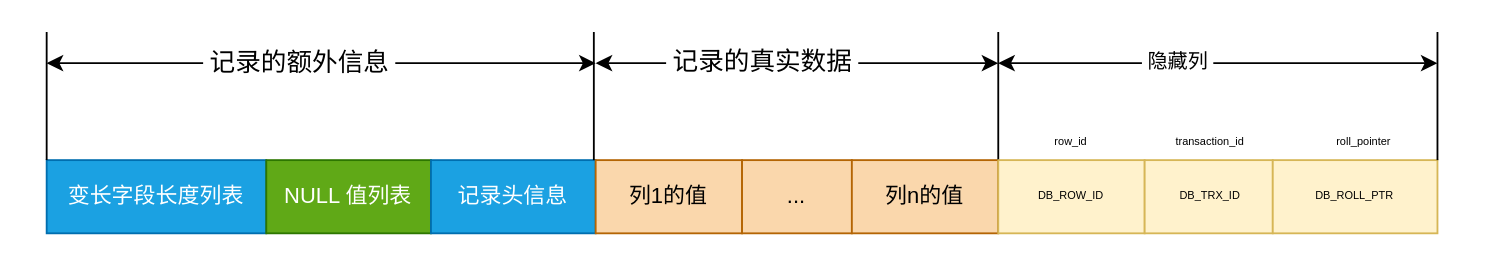
The draw.io diagram page "compact隐藏列" (4 of 5) of mysql/MySQL客户端请求服务端.drawio in josek43326/draw.io, before the edit. Source tidied: cells renumbered, new cells numbered last; positions are measured from the earlier drawing's top-left corner, leaving out a move shared by most shapes. Both pictures are drawn from the tidied source at 183%, with x=0, y=0 at pixel (46, 31).
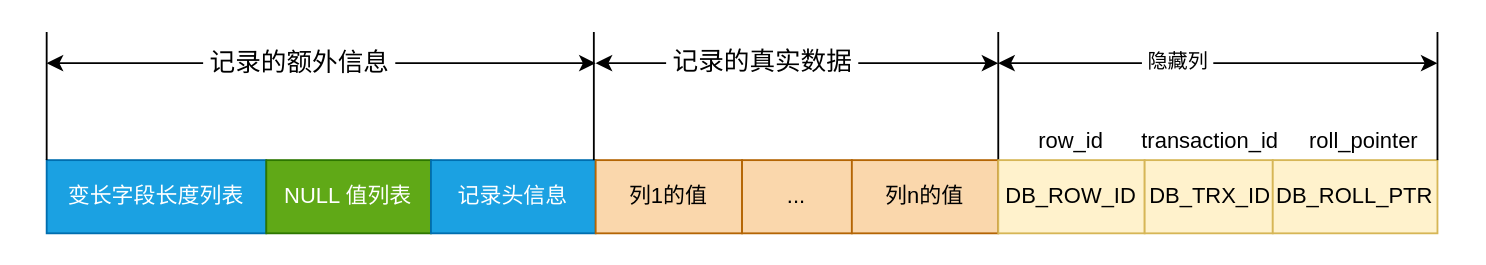
After the change.

What changed in the source:
```diff
@@
-    <mxCell id="21" value="&lt;font style=&quot;font-size: 6px;&quot;&gt;DB_ROW_ID&lt;/font&gt;" style="text;html=1;strokeColor=none;fillColor=none;align=center;verticalAlign=middle;whiteSpace=wrap;rounded=0;fontSize=6;" parent="1" vertex="1">
+    <mxCell id="21" value="&lt;font style=&quot;font-size: 12px;&quot;&gt;DB_ROW_ID&lt;/font&gt;" style="text;html=1;strokeColor=none;fillColor=none;align=center;verticalAlign=middle;whiteSpace=wrap;rounded=0;fontSize=12;" parent="1" vertex="1">
       <mxGeometry x="530" y="75" width="60" height="30" as="geometry" />
     </mxCell>
-    <mxCell id="22" value="DB_TRX_ID" style="text;html=1;strokeColor=none;fillColor=none;align=center;verticalAlign=middle;whiteSpace=wrap;rounded=0;fontSize=6;" parent="1" vertex="1">
+    <mxCell id="22" value="DB_TRX_ID" style="text;html=1;strokeColor=none;fillColor=none;align=center;verticalAlign=middle;whiteSpace=wrap;rounded=0;fontSize=12;" parent="1" vertex="1">
       <mxGeometry x="606" y="75" width="60" height="30" as="geometry" />
     </mxCell>
-    <mxCell id="23" value="DB_ROLL_PTR" style="text;html=1;strokeColor=none;fillColor=none;align=center;verticalAlign=middle;whiteSpace=wrap;rounded=0;fontSize=6;" parent="1" vertex="1">
+    <mxCell id="23" value="DB_ROLL_PTR" style="text;html=1;strokeColor=none;fillColor=none;align=center;verticalAlign=middle;whiteSpace=wrap;rounded=0;fontSize=12;" parent="1" vertex="1">
       <mxGeometry x="685" y="75" width="60" height="30" as="geometry" />
     </mxCell>
-    <mxCell id="24" value="row_id" style="text;html=1;strokeColor=none;fillColor=none;align=center;verticalAlign=middle;whiteSpace=wrap;rounded=0;fontSize=6;" parent="1" vertex="1">
+    <mxCell id="24" value="row_id" style="text;html=1;strokeColor=none;fillColor=none;align=center;verticalAlign=middle;whiteSpace=wrap;rounded=0;fontSize=12;" parent="1" vertex="1">
       <mxGeometry x="530" y="45" width="60" height="30" as="geometry" />
     </mxCell>
-    <mxCell id="25" value="transaction_id" style="text;html=1;strokeColor=none;fillColor=none;align=center;verticalAlign=middle;whiteSpace=wrap;rounded=0;fontSize=6;" parent="1" vertex="1">
+    <mxCell id="25" value="transaction_id" style="text;html=1;strokeColor=none;fillColor=none;align=center;verticalAlign=middle;whiteSpace=wrap;rounded=0;fontSize=12;" parent="1" vertex="1">
       <mxGeometry x="606" y="45" width="60" height="30" as="geometry" />
     </mxCell>
-    <mxCell id="26" value="roll_pointer" style="text;html=1;strokeColor=none;fillColor=none;align=center;verticalAlign=middle;whiteSpace=wrap;rounded=0;fontSize=6;" parent="1" vertex="1">
+    <mxCell id="26" value="roll_pointer" style="text;html=1;strokeColor=none;fillColor=none;align=center;verticalAlign=middle;whiteSpace=wrap;rounded=0;fontSize=12;" parent="1" vertex="1">
       <mxGeometry x="690" y="45" width="60" height="30" as="geometry" />
     </mxCell>
```
